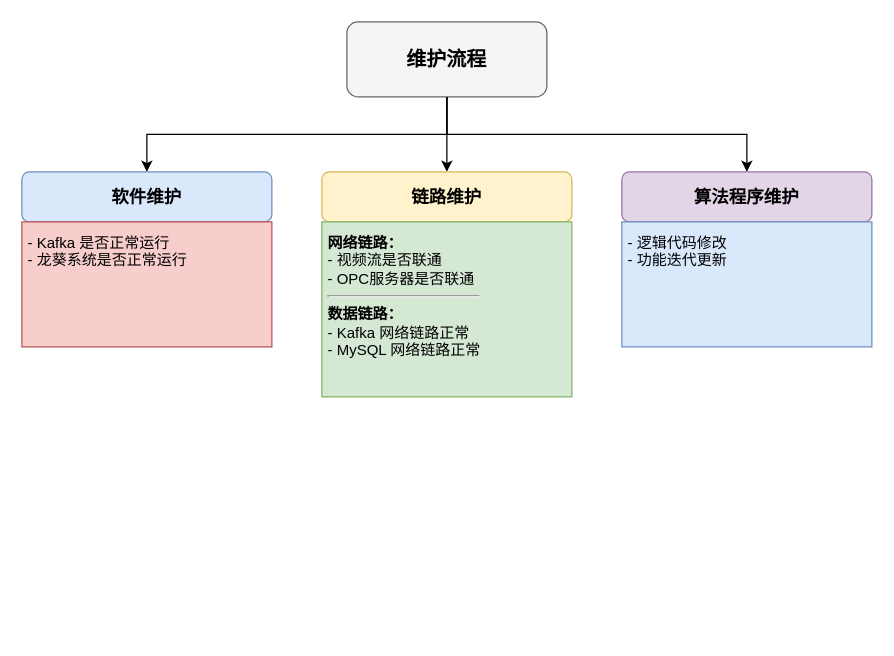
Above: 实施流程图1.drawio in 729973389/picture (draw.io), before the change. Source tidied: cells renumbered, new cells numbered last; positions are measured from the earlier drawing's top-left corner, leaving out a move shared by most shapes. Both pictures are drawn from the tidied source at 125%, with x=0, y=0 at pixel (21, 21).
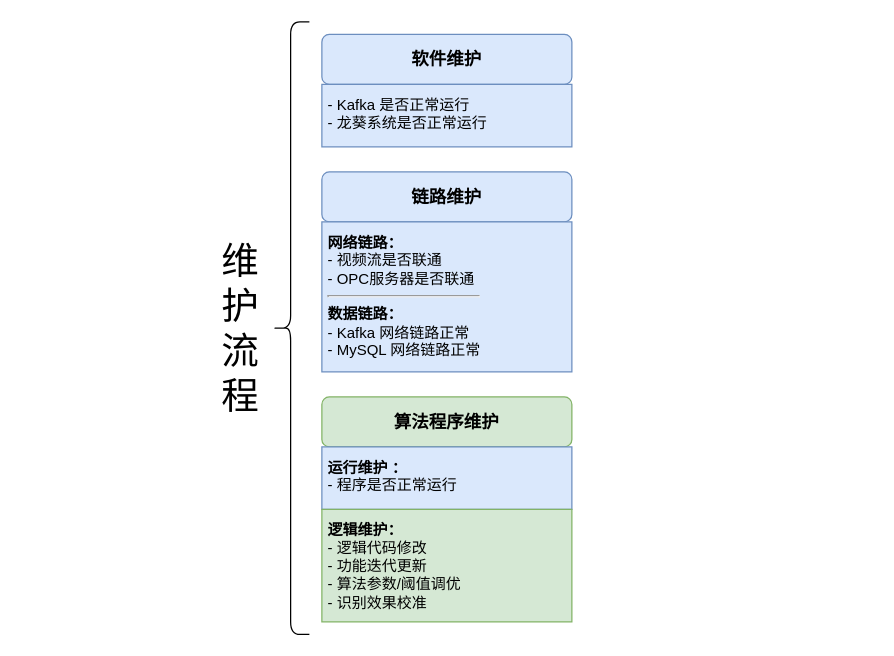
After the change.

Commit message:
更新实施流程图1.drawio

The edit, as a diff of the source:
```diff
@@
 <mxGraphModel>
   <root>
     <mxCell id="0" />
     <mxCell id="1" parent="0" />
-    <mxCell id="2" value="维护流程" style="rounded=1;whiteSpace=wrap;html=1;fillColor=#f5f5f5;strokeColor=#666666;fontStyle=1;fontSize=16;" parent="1" vertex="1">
-      <mxGeometry x="260" width="160" height="60" as="geometry" />
-    </mxCell>
-    <mxCell id="3" style="edgeStyle=orthogonalEdgeStyle;rounded=0;jettySize=auto;html=1;exitX=0.5;exitY=1;exitDx=0;exitDy=0;entryX=0.5;entryY=0;entryDx=0;entryDy=0;" parent="1" edge="1" source="2" target="6">
-      <mxGeometry relative="1" as="geometry" />
-    </mxCell>
-    <mxCell id="4" style="edgeStyle=orthogonalEdgeStyle;rounded=0;jettySize=auto;html=1;exitX=0.5;exitY=1;exitDx=0;exitDy=0;entryX=0.5;entryY=0;entryDx=0;entryDy=0;" parent="1" edge="1" source="2" target="8">
-      <mxGeometry relative="1" as="geometry" />
-    </mxCell>
-    <mxCell id="5" style="edgeStyle=orthogonalEdgeStyle;rounded=0;jettySize=auto;html=1;exitX=0.5;exitY=1;exitDx=0;exitDy=0;entryX=0.5;entryY=0;entryDx=0;entryDy=0;" parent="1" edge="1" source="2" target="10">
-      <mxGeometry relative="1" as="geometry" />
-    </mxCell>
-    <mxCell id="6" value="软件维护" style="rounded=1;whiteSpace=wrap;html=1;fillColor=#dae8fc;strokeColor=#6c8ebf;fontStyle=1;fontSize=14;" parent="1" vertex="1">
-      <mxGeometry y="120" width="200" height="40" as="geometry" />
+    <mxCell id="6" value="软件维护" style="rounded=1;whiteSpace=wrap;html=1;fontStyle=1;fontSize=14;fillColor=#dae8fc;strokeColor=#6c8ebf;" parent="1" vertex="1">
+      <mxGeometry x="240" y="10" width="200" height="40" as="geometry" />
     </mxCell>
-    <mxCell id="7" value="- Kafka 是否正常运行&lt;br&gt;- 龙葵系统是否正常运行" style="text;html=1;strokeColor=#b85450;fillColor=#f8cecc;align=left;verticalAlign=top;whiteSpace=wrap;rounded=0;spacing=5;" parent="1" vertex="1">
-      <mxGeometry y="160" width="200" height="100" as="geometry" />
+    <mxCell id="7" value="- Kafka 是否正常运行&lt;br&gt;- 龙葵系统是否正常运行" style="text;html=1;align=left;verticalAlign=top;whiteSpace=wrap;rounded=0;spacing=5;fillColor=#dae8fc;strokeColor=#6c8ebf;" parent="1" vertex="1">
+      <mxGeometry x="240" y="50" width="200" height="50" as="geometry" />
     </mxCell>
-    <mxCell id="8" value="链路维护" style="rounded=1;whiteSpace=wrap;html=1;fillColor=#fff2cc;strokeColor=#d6b656;fontStyle=1;fontSize=14;" parent="1" vertex="1">
+    <mxCell id="8" value="链路维护" style="rounded=1;whiteSpace=wrap;html=1;fontStyle=1;fontSize=14;fillColor=#dae8fc;strokeColor=#6c8ebf;" parent="1" vertex="1">
       <mxGeometry x="240" y="120" width="200" height="40" as="geometry" />
     </mxCell>
-    <mxCell id="9" value="&lt;b&gt;网络链路：&lt;/b&gt;&lt;br&gt;- 视频流是否联通&lt;br&gt;- OPC服务器是否联通&lt;br&gt;&lt;hr&gt;&lt;b&gt;数据链路：&lt;/b&gt;&lt;br&gt;- Kafka 网络链路正常&lt;br&gt;- MySQL 网络链路正常" style="text;html=1;strokeColor=#82b366;fillColor=#d5e8d4;align=left;verticalAlign=top;whiteSpace=wrap;rounded=0;spacing=5;" parent="1" vertex="1">
-      <mxGeometry x="240" y="160" width="200" height="140" as="geometry" />
+    <mxCell id="9" value="&lt;b&gt;网络链路：&lt;/b&gt;&lt;br&gt;- 视频流是否联通&lt;br&gt;- OPC服务器是否联通&lt;br&gt;&lt;hr&gt;&lt;b&gt;数据链路：&lt;/b&gt;&lt;br&gt;- Kafka 网络链路正常&lt;br&gt;- MySQL 网络链路正常" style="text;html=1;align=left;verticalAlign=top;whiteSpace=wrap;rounded=0;spacing=5;fillColor=#dae8fc;strokeColor=#6c8ebf;" parent="1" vertex="1">
+      <mxGeometry x="240" y="160" width="200" height="120" as="geometry" />
     </mxCell>
-    <mxCell id="10" value="算法程序维护" style="rounded=1;whiteSpace=wrap;html=1;fillColor=#e1d5e7;strokeColor=#9673a6;fontStyle=1;fontSize=14;" parent="1" vertex="1">
-      <mxGeometry x="480" y="120" width="200" height="40" as="geometry" />
+    <mxCell id="10" value="算法程序维护" style="rounded=1;whiteSpace=wrap;html=1;fillColor=#d5e8d4;strokeColor=#82b366;fontStyle=1;fontSize=14;" parent="1" vertex="1">
+      <mxGeometry x="240" y="300" width="200" height="40" as="geometry" />
     </mxCell>
-    <mxCell id="11" value="- 逻辑代码修改&lt;br&gt;- 功能迭代更新" style="text;html=1;strokeColor=#6c8ebf;fillColor=#dae8fc;align=left;verticalAlign=top;whiteSpace=wrap;rounded=0;spacing=5;" parent="1" vertex="1">
-      <mxGeometry x="480" y="160" width="200" height="100" as="geometry" />
+    <mxCell id="11" value="&lt;b&gt;运行维护 ：&lt;/b&gt;&lt;br&gt;- 程序是否正常运行" style="text;html=1;strokeColor=#6c8ebf;fillColor=#dae8fc;align=left;verticalAlign=top;whiteSpace=wrap;rounded=0;spacing=5;" parent="1" vertex="1">
+      <mxGeometry x="240" y="340" width="200" height="50" as="geometry" />
     </mxCell>
+    <mxCell id="12" value="&lt;div&gt;&lt;b style=&quot;background-color: transparent; color: light-dark(rgb(0, 0, 0), rgb(255, 255, 255));&quot;&gt;逻辑维护：&lt;/b&gt;&lt;/div&gt;&lt;div&gt;- 逻辑代码修改&lt;/div&gt;&lt;div&gt;- 功能迭代更新&lt;/div&gt;&lt;div&gt;- 算法参数/阈值调优&lt;/div&gt;&lt;div&gt;- 识别效果校准&lt;/div&gt;" style="text;html=1;strokeColor=#82b366;fillColor=#d5e8d4;align=left;verticalAlign=top;whiteSpace=wrap;rounded=0;spacing=5;" parent="1" vertex="1">
+      <mxGeometry x="240" y="390" width="200" height="90" as="geometry" />
+    </mxCell>
+    <mxCell id="13" style="shape=curlyBracket;whiteSpace=wrap;html=1;rounded=1;labelPosition=left;verticalLabelPosition=middle;align=right;verticalAlign=middle;" parent="1" vertex="1">
+      <mxGeometry x="200" width="30" height="490" as="geometry" />
+    </mxCell>
+    <mxCell id="2" value="&lt;font style=&quot;font-size: 30px;&quot;&gt;维护流程&lt;/font&gt;" style="text;html=1;whiteSpace=wrap;strokeColor=none;fillColor=none;align=center;verticalAlign=middle;rounded=0;" parent="1" vertex="1">
+      <mxGeometry x="160" y="140" width="30" height="210" as="geometry" />
+    </mxCell>
   </root>
 </mxGraphModel>
```
